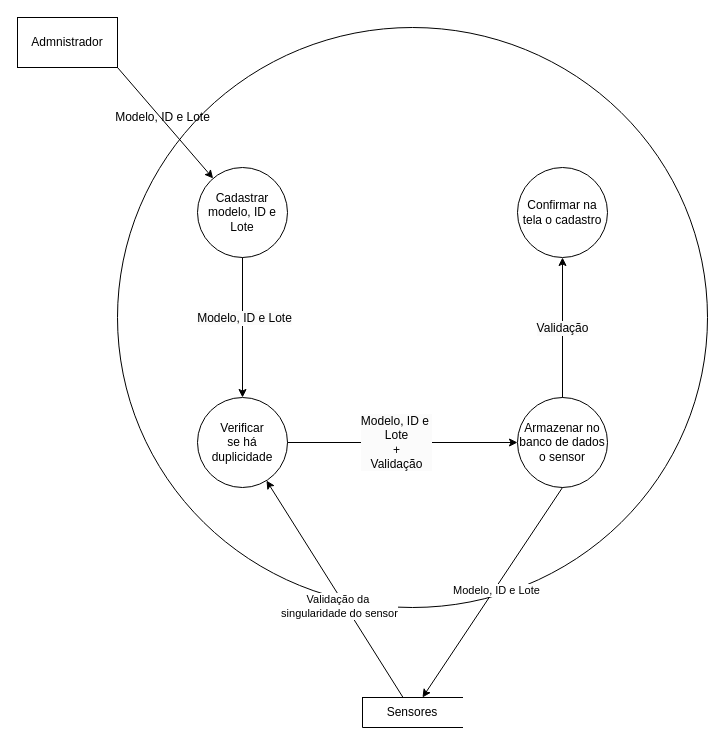
Above: page "Cadastrar Sensor" (2 of 5) of documentacao/Diagramas/Ações do Administrador.drawio in Nebul0Ok/SeuPaulo (draw.io), before the change. Source tidied: cells renumbered, new cells numbered last; positions are measured from the earlier drawing's top-left corner, leaving out a move shared by most shapes. Both pictures are drawn from the tidied source at 100%, with x=0, y=0 at pixel (17, 17).
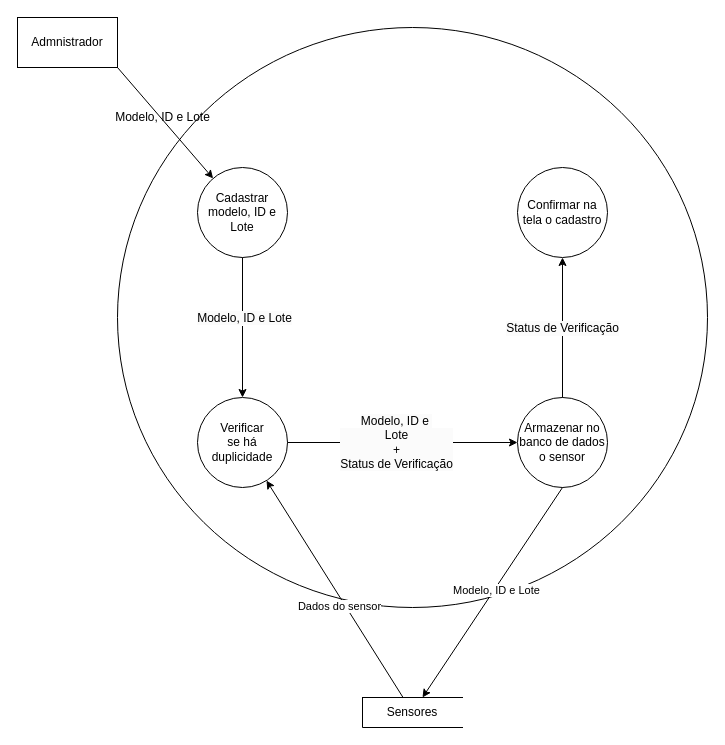
After the change.

Unchanged cells that the change refers to:
```xml
<mxCell id="11" style="endArrow=classic;html=1;rounded=0;" parent="1" edge="1" source="10" target="7">
  <mxGeometry relative="1" as="geometry" />
</mxCell>
<mxCell id="14" style="endArrow=classic;html=1;rounded=0;exitX=1;exitY=0.5;exitDx=0;exitDy=0;entryX=0;entryY=0.5;entryDx=0;entryDy=0;" parent="1" edge="1" source="7" target="13">
  <mxGeometry relative="1" as="geometry" />
</mxCell>
<mxCell id="19" style="endArrow=classic;html=1;rounded=0;exitX=0.5;exitY=0;exitDx=0;exitDy=0;" parent="1" edge="1" source="13" target="18">
  <mxGeometry relative="1" as="geometry" />
</mxCell>
```

The edit, as a diff of the source:
```diff
@@
-    <mxCell id="12" value="Validação da&amp;nbsp;&lt;div&gt;singularidade do sensor&lt;/div&gt;" style="edgeLabel;html=1;align=center;verticalAlign=middle;" parent="11" vertex="1">
+    <mxCell id="12" value="Dados do sensor" style="edgeLabel;html=1;align=center;verticalAlign=middle;" parent="11" vertex="1">
       <mxGeometry x="-0.15" y="-1" relative="1" as="geometry">
         <mxPoint x="-7" y="1" as="offset" />
       </mxGeometry>
     </mxCell>
@@
-    <mxCell id="15" value="&lt;span style=&quot;background-color: rgb(251, 251, 251); font-size: 12px;&quot;&gt;Modelo, ID e&amp;nbsp;&lt;/span&gt;&lt;div style=&quot;background-color: rgb(251, 251, 251); font-size: 12px;&quot;&gt;Lote&lt;div&gt;+&lt;/div&gt;&lt;div&gt;Validação&lt;/div&gt;&lt;/div&gt;" style="edgeLabel;html=1;align=center;verticalAlign=middle;" parent="14" vertex="1">
+    <mxCell id="15" value="&lt;span style=&quot;background-color: rgb(251, 251, 251); font-size: 12px;&quot;&gt;Modelo, ID e&amp;nbsp;&lt;/span&gt;&lt;div style=&quot;background-color: rgb(251, 251, 251); font-size: 12px;&quot;&gt;Lote&lt;div&gt;+&lt;/div&gt;&lt;div&gt;Status de Verificação&lt;/div&gt;&lt;/div&gt;" style="edgeLabel;html=1;align=center;verticalAlign=middle;" parent="14" vertex="1">
       <mxGeometry x="-0.06" y="1" relative="1" as="geometry" />
     </mxCell>
@@
-    <mxCell id="20" value="&lt;div style=&quot;background-color: rgb(251, 251, 251); font-size: 12px;&quot;&gt;Validação&lt;/div&gt;" style="edgeLabel;html=1;align=center;verticalAlign=middle;" parent="19" vertex="1">
+    <mxCell id="20" value="&lt;div style=&quot;background-color: rgb(251, 251, 251); font-size: 12px;&quot;&gt;Status de Verificação&lt;/div&gt;" style="edgeLabel;html=1;align=center;verticalAlign=middle;" parent="19" vertex="1">
       <mxGeometry x="-0.02" y="2" relative="1" as="geometry">
         <mxPoint x="1" y="-1" as="offset" />
       </mxGeometry>
     </mxCell>
```
